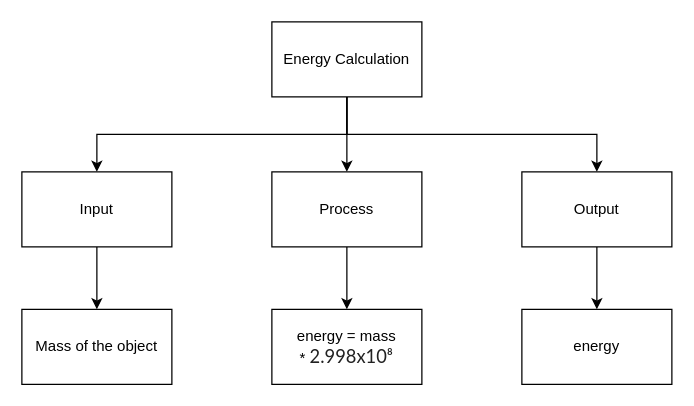
The draw.io diagram top_down_chart.drawio in Seti-Ngabo/ics4u-unit1-02-typescript, before the edit. Source tidied: cells renumbered, new cells numbered last; positions are measured from the earlier drawing's top-left corner, leaving out a move shared by most shapes. Both pictures are drawn from the tidied source at 125%, with x=0, y=0 at pixel (21, 21).
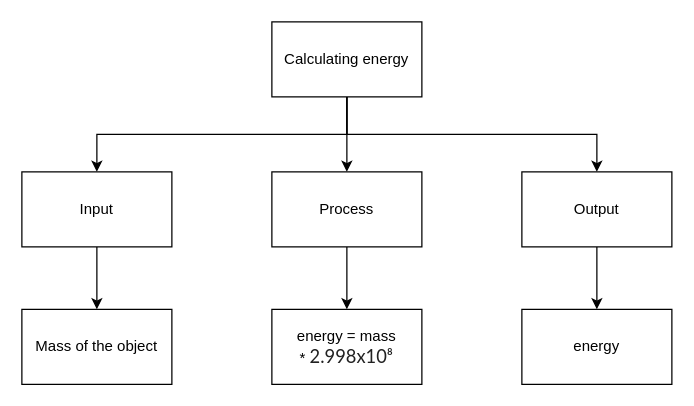
The same diagram, later.

The edit, as a diff of the source:
```diff
@@
 <mxGraphModel>
   <root>
     <mxCell id="0" />
     <mxCell id="1" parent="0" />
     <mxCell id="2" style="edgeStyle=orthogonalEdgeStyle;html=1;exitX=0.5;exitY=1;exitDx=0;exitDy=0;entryX=0.5;entryY=0;entryDx=0;entryDy=0;rounded=0;" parent="1" edge="1" source="5" target="7">
       <mxGeometry relative="1" as="geometry" />
     </mxCell>
     <mxCell id="3" style="edgeStyle=orthogonalEdgeStyle;rounded=0;html=1;exitX=0.5;exitY=1;exitDx=0;exitDy=0;" parent="1" edge="1" source="5" target="9">
       <mxGeometry relative="1" as="geometry" />
     </mxCell>
     <mxCell id="4" style="edgeStyle=orthogonalEdgeStyle;rounded=0;html=1;exitX=0.5;exitY=1;exitDx=0;exitDy=0;" parent="1" edge="1" source="5" target="11">
       <mxGeometry relative="1" as="geometry" />
     </mxCell>
-    <mxCell id="5" value="Energy Calculation" style="rounded=0;whiteSpace=wrap;html=1;" parent="1" vertex="1">
+    <mxCell id="5" value="Calculating energy" style="rounded=0;whiteSpace=wrap;html=1;" parent="1" vertex="1">
       <mxGeometry x="200" width="120" height="60" as="geometry" />
     </mxCell>
     <mxCell id="6" style="edgeStyle=orthogonalEdgeStyle;rounded=0;html=1;exitX=0.5;exitY=1;exitDx=0;exitDy=0;entryX=0.5;entryY=0;entryDx=0;entryDy=0;" parent="1" edge="1" source="7" target="13">
       <mxGeometry relative="1" as="geometry" />
     </mxCell>
     <mxCell id="7" value="Process" style="rounded=0;whiteSpace=wrap;html=1;" parent="1" vertex="1">
       <mxGeometry x="200" y="120" width="120" height="60" as="geometry" />
     </mxCell>
     <mxCell id="8" style="edgeStyle=orthogonalEdgeStyle;rounded=0;html=1;exitX=0.5;exitY=1;exitDx=0;exitDy=0;entryX=0.5;entryY=0;entryDx=0;entryDy=0;" parent="1" edge="1" source="9" target="12">
       <mxGeometry relative="1" as="geometry" />
     </mxCell>
     <mxCell id="9" value="Input" style="rounded=0;whiteSpace=wrap;html=1;" parent="1" vertex="1">
       <mxGeometry y="120" width="120" height="60" as="geometry" />
     </mxCell>
     <mxCell id="10" style="edgeStyle=orthogonalEdgeStyle;rounded=0;html=1;exitX=0.5;exitY=1;exitDx=0;exitDy=0;entryX=0.5;entryY=0;entryDx=0;entryDy=0;" parent="1" edge="1" source="11" target="14">
       <mxGeometry relative="1" as="geometry" />
     </mxCell>
     <mxCell id="11" value="Output" style="rounded=0;whiteSpace=wrap;html=1;" parent="1" vertex="1">
       <mxGeometry x="400" y="120" width="120" height="60" as="geometry" />
     </mxCell>
     <mxCell id="12" value="Mass of the object" style="rounded=0;whiteSpace=wrap;html=1;" parent="1" vertex="1">
       <mxGeometry y="230" width="120" height="60" as="geometry" />
     </mxCell>
     <mxCell id="13" value="energy = mass *&amp;nbsp;&lt;span style=&quot;color: rgb(33 , 33 , 33) ; font-family: &amp;#34;lato&amp;#34; , sans-serif ; font-size: 14.6667px ; text-align: left&quot;&gt;2.998x10⁸&lt;/span&gt;" style="rounded=0;whiteSpace=wrap;html=1;" parent="1" vertex="1">
       <mxGeometry x="200" y="230" width="120" height="60" as="geometry" />
     </mxCell>
     <mxCell id="14" value="energy" style="rounded=0;whiteSpace=wrap;html=1;" parent="1" vertex="1">
       <mxGeometry x="400" y="230" width="120" height="60" as="geometry" />
     </mxCell>
   </root>
 </mxGraphModel>
```
